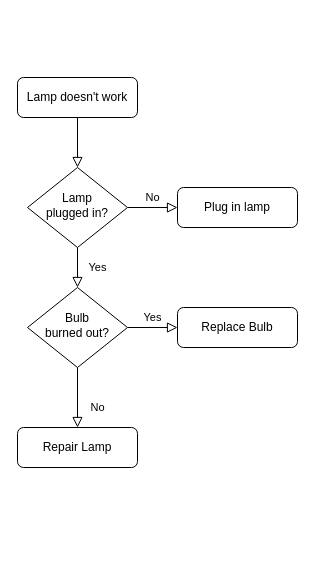
kachun8051/networkdiagram keeps this draw.io diagram as Untitled Diagram.drawio. Above is the earlier version. Source tidied: cells renumbered, new cells numbered last; positions are measured from the earlier drawing's top-left corner, leaving out a move shared by most shapes. Both pictures are drawn from the tidied source at 100%, with x=0, y=0 at pixel (17, 77).
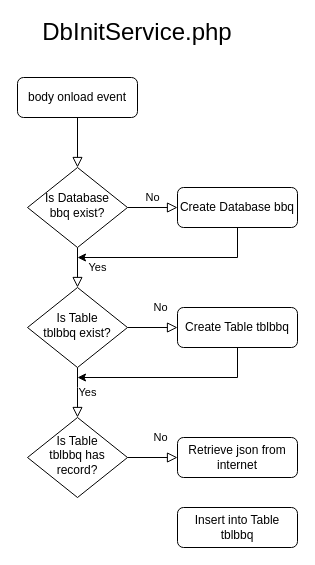
The same page after the edit.

Diff of the diagram source:
```diff
@@
-    <mxCell id="3" value="Lamp doesn't work" style="rounded=1;whiteSpace=wrap;html=1;fontSize=12;glass=0;strokeWidth=1;shadow=0;" parent="1" vertex="1">
+    <mxCell id="3" value="body onload event" style="rounded=1;whiteSpace=wrap;html=1;fontSize=12;glass=0;strokeWidth=1;shadow=0;" parent="1" vertex="1">
       <mxGeometry width="120" height="40" as="geometry" />
     </mxCell>
@@
-    <mxCell id="6" value="Lamp&lt;br&gt;plugged in?" style="rhombus;whiteSpace=wrap;html=1;shadow=0;fontFamily=Helvetica;fontSize=12;align=center;strokeWidth=1;spacing=6;spacingTop=-4;" parent="1" vertex="1">
+    <mxCell id="6" value="Is Database &lt;br&gt;bbq exist?" style="rhombus;whiteSpace=wrap;html=1;shadow=0;fontFamily=Helvetica;fontSize=12;align=center;strokeWidth=1;spacing=6;spacingTop=-4;" parent="1" vertex="1">
       <mxGeometry x="10" y="90" width="100" height="80" as="geometry" />
     </mxCell>
-    <mxCell id="7" value="Plug in lamp" style="rounded=1;whiteSpace=wrap;html=1;fontSize=12;glass=0;strokeWidth=1;shadow=0;" parent="1" vertex="1">
+    <mxCell id="7" value="Create Database bbq" style="rounded=1;whiteSpace=wrap;html=1;fontSize=12;glass=0;strokeWidth=1;shadow=0;" parent="1" vertex="1">
       <mxGeometry x="160" y="110" width="120" height="40" as="geometry" />
     </mxCell>
-    <mxCell id="8" value="No" style="rounded=0;html=1;jettySize=auto;fontSize=11;endArrow=block;endFill=0;endSize=8;strokeWidth=1;shadow=0;labelBackgroundColor=none;edgeStyle=orthogonalEdgeStyle;" parent="1" edge="1" source="10" target="11">
+    <mxCell id="8" value="No" style="rounded=0;html=1;jettySize=auto;fontSize=11;endArrow=block;endFill=0;endSize=8;strokeWidth=1;shadow=0;labelBackgroundColor=none;edgeStyle=orthogonalEdgeStyle;exitX=1;exitY=0.5;exitDx=0;exitDy=0;entryX=0;entryY=0.5;entryDx=0;entryDy=0;" parent="1" edge="1" source="10" target="12">
       <mxGeometry x="0.33" y="20" relative="1" as="geometry" />
     </mxCell>
-    <mxCell id="9" value="Yes" style="edgeStyle=orthogonalEdgeStyle;rounded=0;html=1;jettySize=auto;fontSize=11;endArrow=block;endFill=0;endSize=8;strokeWidth=1;shadow=0;labelBackgroundColor=none;" parent="1" edge="1" source="10" target="12">
-      <mxGeometry y="10" relative="1" as="geometry" />
+    <mxCell id="9" value="Yes" style="edgeStyle=orthogonalEdgeStyle;rounded=0;html=1;jettySize=auto;fontSize=11;endArrow=block;endFill=0;endSize=8;strokeWidth=1;shadow=0;labelBackgroundColor=none;exitX=0.5;exitY=1;exitDx=0;exitDy=0;" parent="1" edge="1" source="10">
+      <mxGeometry y="10" relative="1" as="geometry">
+        <mxPoint x="60" y="340" as="targetPoint" />
+        <Array as="points">
+          <mxPoint x="60" y="310" />
+          <mxPoint x="60" y="310" />
+        </Array>
+      </mxGeometry>
     </mxCell>
-    <mxCell id="10" value="Bulb&lt;br&gt;burned out?" style="rhombus;whiteSpace=wrap;html=1;shadow=0;fontFamily=Helvetica;fontSize=12;align=center;strokeWidth=1;spacing=6;spacingTop=-4;" parent="1" vertex="1">
+    <mxCell id="10" value="Is Table &lt;br&gt;tblbbq exist?" style="rhombus;whiteSpace=wrap;html=1;shadow=0;fontFamily=Helvetica;fontSize=12;align=center;strokeWidth=1;spacing=6;spacingTop=-4;" parent="1" vertex="1">
       <mxGeometry x="10" y="210" width="100" height="80" as="geometry" />
     </mxCell>
-    <mxCell id="11" value="Repair Lamp" style="rounded=1;whiteSpace=wrap;html=1;fontSize=12;glass=0;strokeWidth=1;shadow=0;" parent="1" vertex="1">
-      <mxGeometry y="350" width="120" height="40" as="geometry" />
-    </mxCell>
-    <mxCell id="12" value="Replace Bulb" style="rounded=1;whiteSpace=wrap;html=1;fontSize=12;glass=0;strokeWidth=1;shadow=0;" parent="1" vertex="1">
+    <mxCell id="12" value="Create Table tblbbq" style="rounded=1;whiteSpace=wrap;html=1;fontSize=12;glass=0;strokeWidth=1;shadow=0;" parent="1" vertex="1">
       <mxGeometry x="160" y="230" width="120" height="40" as="geometry" />
     </mxCell>
+    <mxCell id="13" value="&lt;font style=&quot;font-size: 24px&quot;&gt;DbInitService.php&lt;/font&gt;" style="text;html=1;strokeColor=none;fillColor=none;align=center;verticalAlign=middle;whiteSpace=wrap;rounded=0;" parent="1" vertex="1">
+      <mxGeometry x="90" y="-60" width="60" height="30" as="geometry" />
+    </mxCell>
+    <mxCell id="14" style="endArrow=classic;html=1;rounded=0;fontSize=24;" parent="1" edge="1">
+      <mxGeometry relative="1" as="geometry">
+        <mxPoint x="220" y="180" as="sourcePoint" />
+        <mxPoint x="60" y="180" as="targetPoint" />
+      </mxGeometry>
+    </mxCell>
+    <mxCell id="15" style="endArrow=none;html=1;rounded=0;fontSize=24;entryX=0.5;entryY=1;entryDx=0;entryDy=0;" parent="1" edge="1" target="7">
+      <mxGeometry relative="1" as="geometry">
+        <mxPoint x="220" y="180" as="sourcePoint" />
+      </mxGeometry>
+    </mxCell>
+    <mxCell id="16" style="endArrow=classic;html=1;rounded=0;fontSize=24;" parent="1" edge="1">
+      <mxGeometry relative="1" as="geometry">
+        <mxPoint x="220" y="300" as="sourcePoint" />
+        <mxPoint x="60" y="300" as="targetPoint" />
+      </mxGeometry>
+    </mxCell>
+    <mxCell id="17" style="endArrow=none;html=1;rounded=0;fontSize=24;entryX=0.5;entryY=1;entryDx=0;entryDy=0;" parent="1" edge="1">
+      <mxGeometry relative="1" as="geometry">
+        <mxPoint x="220" y="300" as="sourcePoint" />
+        <mxPoint x="220" y="270" as="targetPoint" />
+      </mxGeometry>
+    </mxCell>
+    <mxCell id="18" value="Is Table &lt;br&gt;tblbbq has record?" style="rhombus;whiteSpace=wrap;html=1;shadow=0;fontFamily=Helvetica;fontSize=12;align=center;strokeWidth=1;spacing=6;spacingTop=-4;" parent="1" vertex="1">
+      <mxGeometry x="10" y="340" width="100" height="80" as="geometry" />
+    </mxCell>
+    <mxCell id="19" value="Retrieve json from internet" style="rounded=1;whiteSpace=wrap;html=1;fontSize=12;glass=0;strokeWidth=1;shadow=0;" parent="1" vertex="1">
+      <mxGeometry x="160" y="360" width="120" height="40" as="geometry" />
+    </mxCell>
+    <mxCell id="20" value="No" style="rounded=0;html=1;jettySize=auto;fontSize=11;endArrow=block;endFill=0;endSize=8;strokeWidth=1;shadow=0;labelBackgroundColor=none;edgeStyle=orthogonalEdgeStyle;exitX=1;exitY=0.5;exitDx=0;exitDy=0;entryX=0;entryY=0.5;entryDx=0;entryDy=0;" parent="1" edge="1" source="18" target="19">
+      <mxGeometry x="0.33" y="20" relative="1" as="geometry" />
+    </mxCell>
+    <mxCell id="21" value="Insert into Table tblbbq" style="rounded=1;whiteSpace=wrap;html=1;fontSize=12;glass=0;strokeWidth=1;shadow=0;" parent="1" vertex="1">
+      <mxGeometry x="160" y="430" width="120" height="40" as="geometry" />
+    </mxCell>
```
